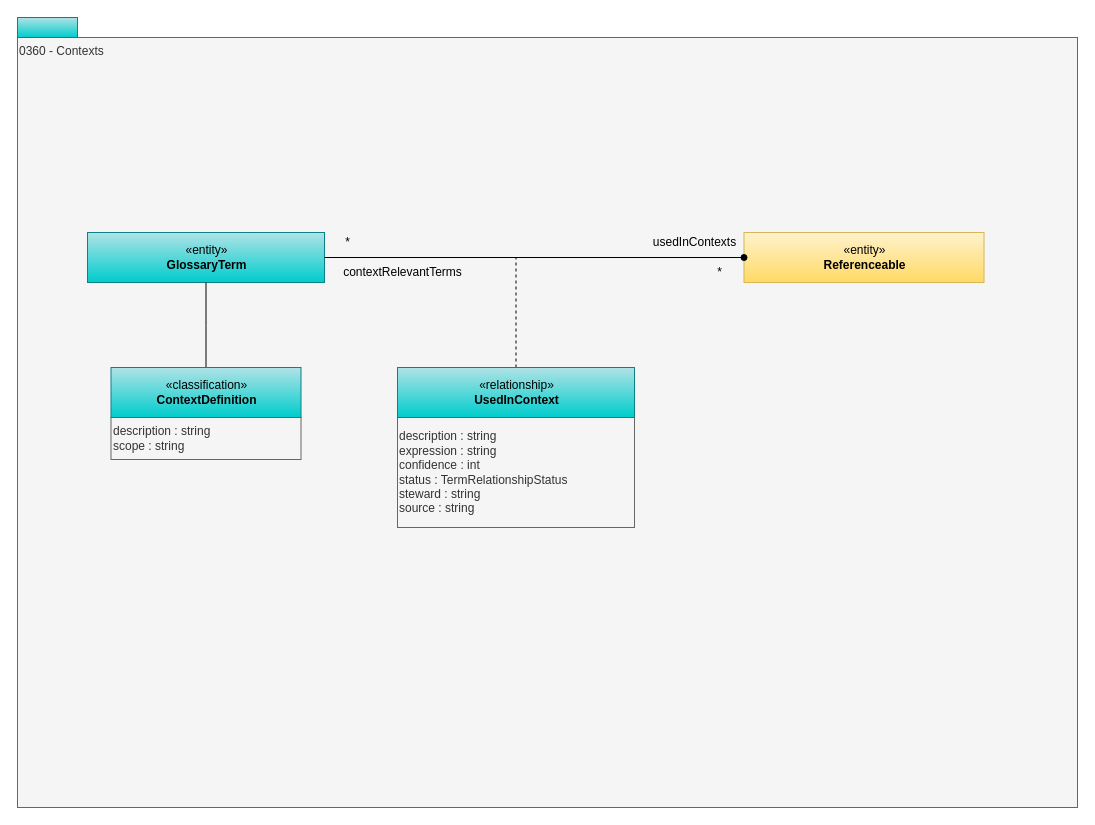
This is page "0360-Contexts" (6 of 11) of site/docs/types/3/area-3-glossary.drawio from odpi/egeria-docs, a draw.io file, before an edit. Source tidied: cells renumbered, new cells numbered last; positions are measured from the earlier drawing's top-left corner, leaving out a move shared by most shapes. Both pictures are drawn from the tidied source at 100%, with x=0, y=0 at pixel (17, 17).
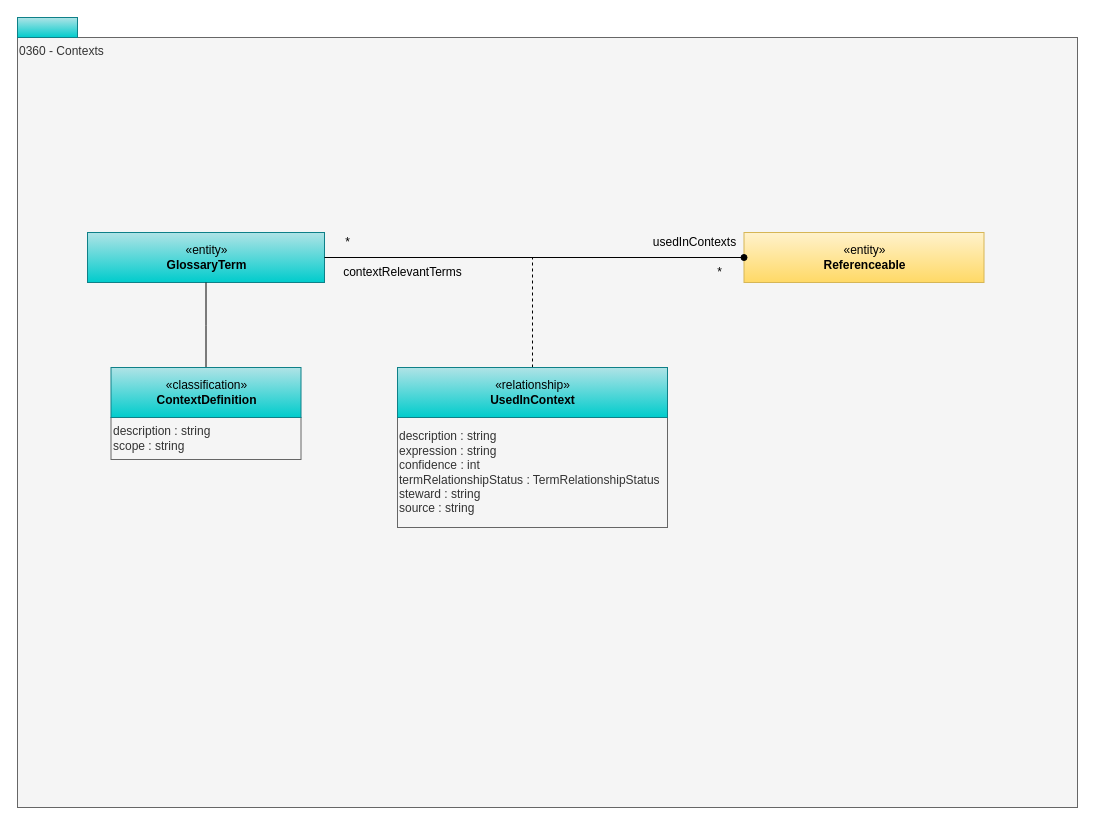
After the change.

What changed in the source:
```diff
@@
 <mxGraphModel>
   <root>
     <mxCell id="0" />
     <mxCell id="1" parent="0" />
     <mxCell id="2" value="0360 - Contexts" style="rounded=0;whiteSpace=wrap;html=1;align=left;verticalAlign=top;fillColor=#f5f5f5;fontColor=#333333;strokeColor=#666666;" parent="1" vertex="1">
       <mxGeometry y="20" width="1060" height="770" as="geometry" />
     </mxCell>
     <mxCell id="3" style="rounded=0;whiteSpace=wrap;html=1;align=left;fillColor=#b0e3e6;strokeColor=#0e8088;gradientColor=#00CCCC;" parent="1" vertex="1">
       <mxGeometry width="60" height="20" as="geometry" />
     </mxCell>
-    <mxCell id="4" value="description : string&lt;br&gt;expression : string&lt;div&gt;confidence : int&lt;br&gt;status : TermRelationshipStatus&lt;br&gt;steward : string&lt;br&gt;source : string&lt;/div&gt;" style="rounded=0;whiteSpace=wrap;html=1;strokeColor=#666666;align=left;fillColor=#f5f5f5;fontColor=#333333;" parent="1" vertex="1">
-      <mxGeometry x="380" y="400" width="237" height="110" as="geometry" />
+    <mxCell id="4" value="description : string&lt;br&gt;expression : string&lt;div&gt;confidence : int&lt;br&gt;termRelationshipStatus : TermRelationshipStatus&lt;br&gt;steward : string&lt;br&gt;source : string&lt;/div&gt;" style="rounded=0;whiteSpace=wrap;html=1;strokeColor=#666666;align=left;fillColor=#f5f5f5;fontColor=#333333;" parent="1" vertex="1">
+      <mxGeometry x="380" y="400" width="270" height="110" as="geometry" />
     </mxCell>
     <mxCell id="5" style="edgeStyle=orthogonalEdgeStyle;rounded=0;jettySize=auto;html=1;endArrow=none;endFill=0;dashed=1;" parent="1" edge="1" source="6">
       <mxGeometry relative="1" as="geometry">
-        <mxPoint x="498.5" y="240" as="targetPoint" />
+        <mxPoint x="515" y="240" as="targetPoint" />
       </mxGeometry>
     </mxCell>
     <mxCell id="6" value="«relationship»&lt;br&gt;&lt;b&gt;UsedInContext&lt;/b&gt;" style="html=1;strokeColor=#0e8088;align=center;fillColor=#b0e3e6;gradientColor=#00CCCC;" parent="1" vertex="1">
-      <mxGeometry x="380" y="350" width="237" height="50" as="geometry" />
+      <mxGeometry x="380" y="350" width="270" height="50" as="geometry" />
     </mxCell>
     <mxCell id="7" value="«entity»&lt;br&gt;&lt;b&gt;GlossaryTerm&lt;/b&gt;" style="html=1;strokeColor=#0e8088;align=center;fillColor=#b0e3e6;gradientColor=#00CCCC;" parent="1" vertex="1">
       <mxGeometry x="70" y="215" width="237" height="50" as="geometry" />
     </mxCell>
     <mxCell id="8" value="contextRelevantTerms" style="text;html=1;align=center;verticalAlign=middle;" parent="1" vertex="1">
       <mxGeometry x="320" y="245" width="130" height="20" as="geometry" />
     </mxCell>
     <mxCell id="9" value="usedInContexts" style="text;html=1;align=center;verticalAlign=middle;" parent="1" vertex="1">
       <mxGeometry x="626.5" y="215" width="100" height="20" as="geometry" />
     </mxCell>
     <mxCell id="10" value="*" style="text;html=1;align=center;verticalAlign=middle;" parent="1" vertex="1">
       <mxGeometry x="320" y="215" width="20" height="20" as="geometry" />
     </mxCell>
     <mxCell id="11" value="*" style="text;html=1;align=center;verticalAlign=middle;" parent="1" vertex="1">
       <mxGeometry x="691.5" y="245" width="20" height="20" as="geometry" />
     </mxCell>
     <mxCell id="12" value="description : string&lt;br&gt;scope : string&lt;br&gt;&lt;div style=&quot;text-align: left&quot;&gt;&lt;/div&gt;" style="rounded=0;whiteSpace=wrap;html=1;strokeColor=#666666;align=left;fillColor=#f5f5f5;fontColor=#333333;" parent="1" vertex="1">
       <mxGeometry x="93.5" y="400" width="190" height="42" as="geometry" />
     </mxCell>
     <mxCell id="13" style="edgeStyle=orthogonalEdgeStyle;rounded=0;jettySize=auto;html=1;exitX=0.5;exitY=0;exitDx=0;exitDy=0;endArrow=none;endFill=0;" parent="1" edge="1" source="14">
       <mxGeometry relative="1" as="geometry">
         <mxPoint x="188.5" y="265" as="targetPoint" />
       </mxGeometry>
     </mxCell>
     <mxCell id="14" value="«classification»&lt;br&gt;&lt;b&gt;ContextDefinition&lt;/b&gt;" style="html=1;strokeColor=#0e8088;align=center;fillColor=#b0e3e6;gradientColor=#00CCCC;" parent="1" vertex="1">
       <mxGeometry x="93.5" y="350" width="190" height="50" as="geometry" />
     </mxCell>
     <mxCell id="15" value="«entity»&lt;br&gt;&lt;b&gt;Referenceable&lt;/b&gt;" style="html=1;strokeColor=#d6b656;align=center;fillColor=#fff2cc;gradientColor=#ffd966;" parent="1" vertex="1">
       <mxGeometry x="726.5" y="215" width="240" height="50" as="geometry" />
     </mxCell>
     <mxCell id="16" style="edgeStyle=orthogonalEdgeStyle;rounded=0;jettySize=auto;html=1;endArrow=oval;endFill=1;entryX=0;entryY=0.5;entryDx=0;entryDy=0;" parent="1" edge="1" source="7" target="15">
       <mxGeometry relative="1" as="geometry" />
     </mxCell>
   </root>
 </mxGraphModel>
```
